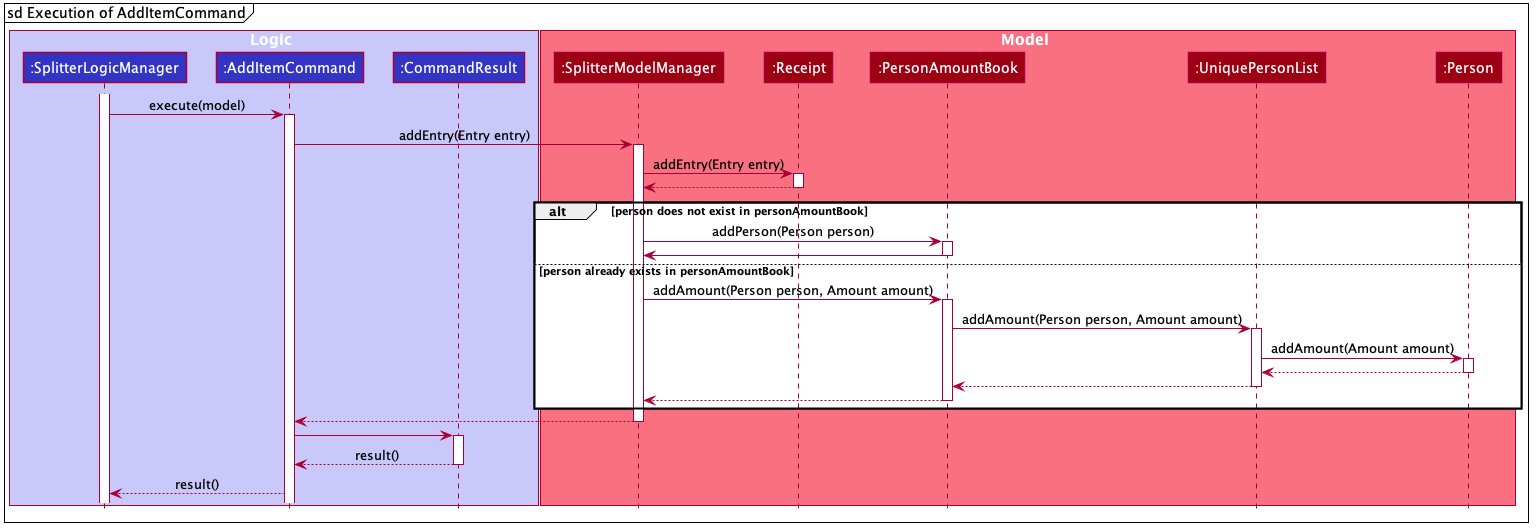
The PlantUML diagram images/ExpenseSplitterAddItemCommandSequenceDiagram2.png in AY1920S2-CS2103T-W13-1/main, before a commit. Its diagram source:
```plantuml
@startuml








skinparam BackgroundColor #FFFFFFF

skinparam Shadowing false

skinparam Class {
    FontColor #FFFFFF
    BorderThickness 1
    BorderColor #FFFFFF
    StereotypeFontColor #FFFFFF
    FontName Arial
}

skinparam Actor {
    BorderColor #000000
    Color #000000
    FontName Arial
}

skinparam Sequence {
    MessageAlign center
    BoxFontSize 15
    BoxPadding 0
    BoxFontColor #FFFFFF
    FontName Arial
}

skinparam Participant {
    FontColor #FFFFFFF
    Padding 20
}

skinparam MinClassWidth 50
skinparam ParticipantPadding 10
skinparam Shadowing false
skinparam DefaultTextAlignment center
skinparam packageStyle Rectangle

hide footbox
hide members
hide circle

mainframe sd Execution of AddItemCommand

box Logic #C8C8FA
participant ":SplitterLogicManager" as SplitterLogicManager #3333C4
participant ":AddItemCommand" as AddItemCommand #3333C4
participant ":CommandResult" as CommandResult #3333C4
end box

box Model #F97181
participant ":SplitterModelManager" as SplitterModelManager #9D0012
participant ":Receipt" as Receipt #9D0012
participant ":PersonAmountBook" as PersonAmountBook #9D0012
participant ":UniquePersonList" as UniquePersonList #9D0012
participant ":Person" as Person #9D0012
end box

activate SplitterLogicManager
SplitterLogicManager -> AddItemCommand :execute(model)
activate AddItemCommand

AddItemCommand -> SplitterModelManager : addEntry(Entry entry)
activate SplitterModelManager

SplitterModelManager -> Receipt : addEntry(Entry entry)
activate Receipt

Receipt --> SplitterModelManager
deactivate Receipt

alt person does not exist in personAmountBook

    SplitterModelManager -> PersonAmountBook : addPerson(Person person)
    activate PersonAmountBook

    PersonAmountBook -> SplitterModelManager
    deactivate PersonAmountBook

else person already exists in personAmountBook

    SplitterModelManager -> PersonAmountBook : addAmount(Person person, Amount amount)
    activate PersonAmountBook

    PersonAmountBook -> UniquePersonList : addAmount(Person person, Amount amount)
    activate UniquePersonList

    UniquePersonList -> Person : addAmount(Amount amount)
    activate Person

    Person --> UniquePersonList
    deactivate Person

    UniquePersonList --> PersonAmountBook
    deactivate UniquePersonList

    PersonAmountBook --> SplitterModelManager
    deactivate PersonAmountBook

end

SplitterModelManager --> AddItemCommand
deactivate SplitterModelManager

AddItemCommand -> CommandResult
activate CommandResult

CommandResult --> AddItemCommand : result()
deactivate CommandResult

AddItemCommand --> SplitterLogicManager : result()

@enduml
```
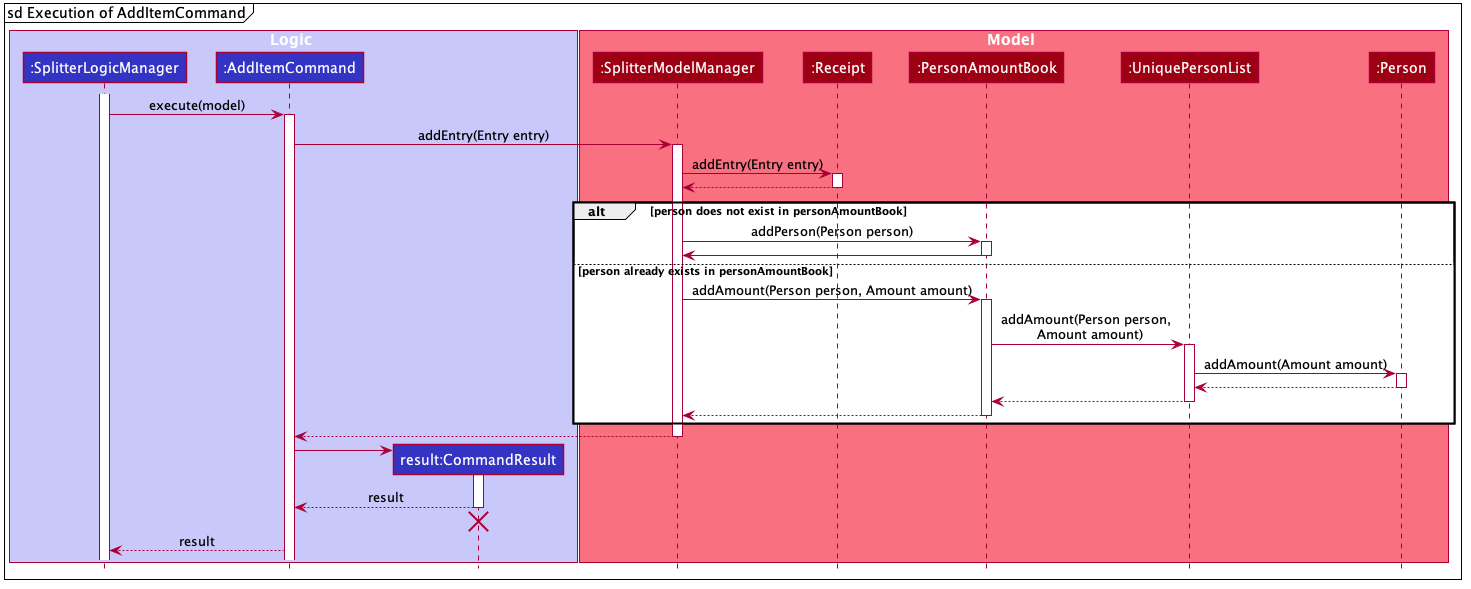
After the commit.

Diff of the diagram source:
```diff
@@ -53,7 +53,7 @@
 box Logic #C8C8FA
 participant ":SplitterLogicManager" as SplitterLogicManager #3333C4
 participant ":AddItemCommand" as AddItemCommand #3333C4
-participant ":CommandResult" as CommandResult #3333C4
+participant "result:CommandResult" as CommandResult #3333C4
 end box
 
 box Model #F97181
@@ -90,7 +90,7 @@
     SplitterModelManager -> PersonAmountBook : addAmount(Person person, Amount amount)
     activate PersonAmountBook
 
-    PersonAmountBook -> UniquePersonList : addAmount(Person person, Amount amount)
+    PersonAmountBook -> UniquePersonList : addAmount(Person person, \n Amount amount)
     activate UniquePersonList
 
     UniquePersonList -> Person : addAmount(Amount amount)
@@ -110,12 +110,16 @@
 SplitterModelManager --> AddItemCommand
 deactivate SplitterModelManager
 
+create CommandResult
 AddItemCommand -> CommandResult
 activate CommandResult
 
-CommandResult --> AddItemCommand : result()
+CommandResult --> AddItemCommand : result
 deactivate CommandResult
 
-AddItemCommand --> SplitterLogicManager : result()
+CommandResult -[hidden]-> AddItemCommand
+destroy CommandResult
+
+AddItemCommand --> SplitterLogicManager : result
 
 @enduml
```
